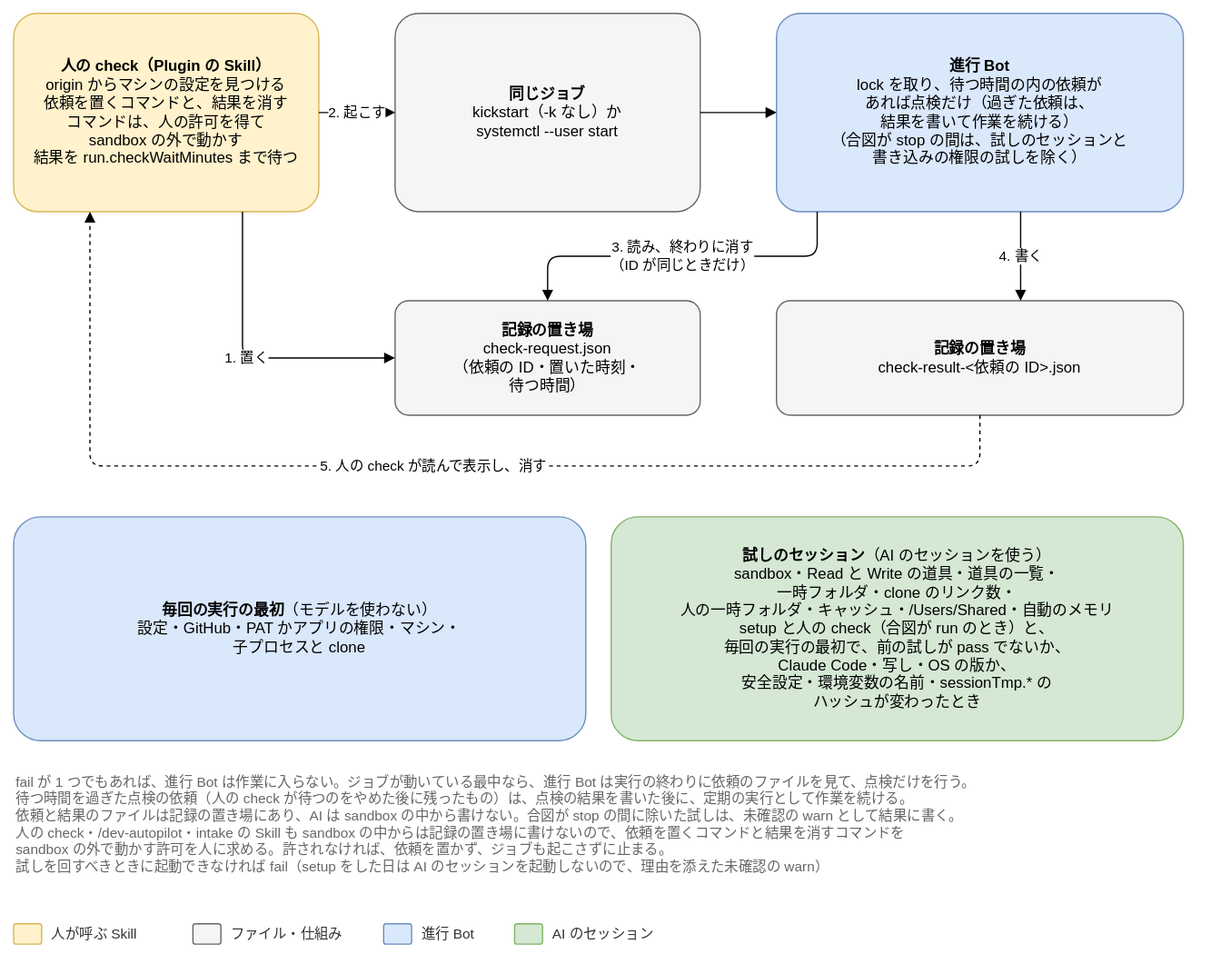
Before: docs/design/basic/diagrams/04-check.drawio.svg, a diagram exported from draw.io (Joymerrevent/dev-autopilot). Source tidied: cells renumbered, new cells last; positions are measured from the earlier drawing's top-left corner, leaving out a move shared by most shapes.
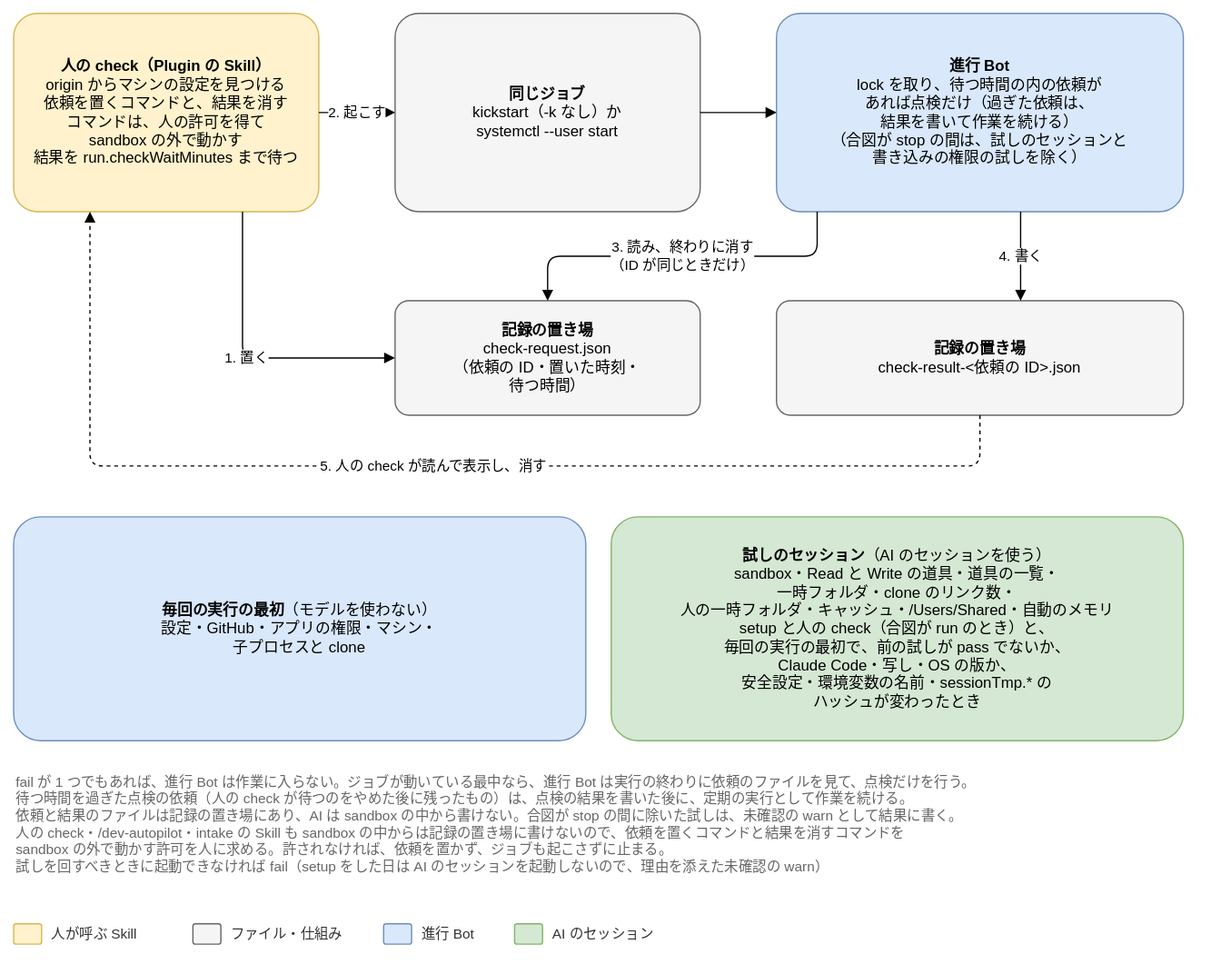
Later version of the same file.

Commit message:
docs(design): setup の流れと点検の図を、setup 用の App と App だけの形に直す

04-setup-flow の順 4・順 6・注記を、setup 用の App の人の代わりのトークンで GitHub を
読み書きし、App が無ければ setup が作る形に直し、PAT を外す。04-check の毎回の点検の
箱から PAT を外す（ADR-20261030-001・002）。

Claude-Session: https://claude.ai/code/session_01LvmXQKtqBk1ABFg8BQJo1c

The edit, as a diff of the source:
```diff
@@ -45,7 +45,7 @@
         </Array>
       </mxGeometry>
     </mxCell>
-    <mxCell id="13" value="&lt;b&gt;毎回の実行の最初&lt;/b&gt;（モデルを使わない）&lt;br&gt;設定・GitHub・PAT かアプリの権限・マシン・&lt;br&gt;子プロセスと clone" style="rounded=1;whiteSpace=wrap;html=1;fontSize=12;arcSize=12;spacing=12;fillColor=#dae8fc;strokeColor=#6c8ebf;" parent="1" vertex="1">
+    <mxCell id="13" value="&lt;b&gt;毎回の実行の最初&lt;/b&gt;（モデルを使わない）&lt;br&gt;設定・GitHub・アプリの権限・マシン・&lt;br&gt;子プロセスと clone" style="rounded=1;whiteSpace=wrap;html=1;fontSize=12;arcSize=12;spacing=12;fillColor=#dae8fc;strokeColor=#6c8ebf;" parent="1" vertex="1">
       <mxGeometry y="396" width="450" height="176" as="geometry" />
     </mxCell>
     <mxCell id="14" value="&lt;b&gt;試しのセッション&lt;/b&gt;（AI のセッションを使う）&lt;br&gt;sandbox・Read と Write の道具・道具の一覧・&lt;br&gt;一時フォルダ・clone のリンク数・&lt;br&gt;人の一時フォルダ・キャッシュ・/Users/Shared・自動のメモリ&lt;br&gt;setup と人の check（合図が run のとき）と、&lt;br&gt;毎回の実行の最初で、前の試しが pass でないか、&lt;br&gt;Claude Code・写し・OS の版か、&lt;br&gt;安全設定・環境変数の名前・sessionTmp.* の&lt;br&gt;ハッシュが変わったとき" style="rounded=1;whiteSpace=wrap;html=1;fontSize=12;arcSize=12;spacing=12;fillColor=#d5e8d4;strokeColor=#82b366;" parent="1" vertex="1">
```
